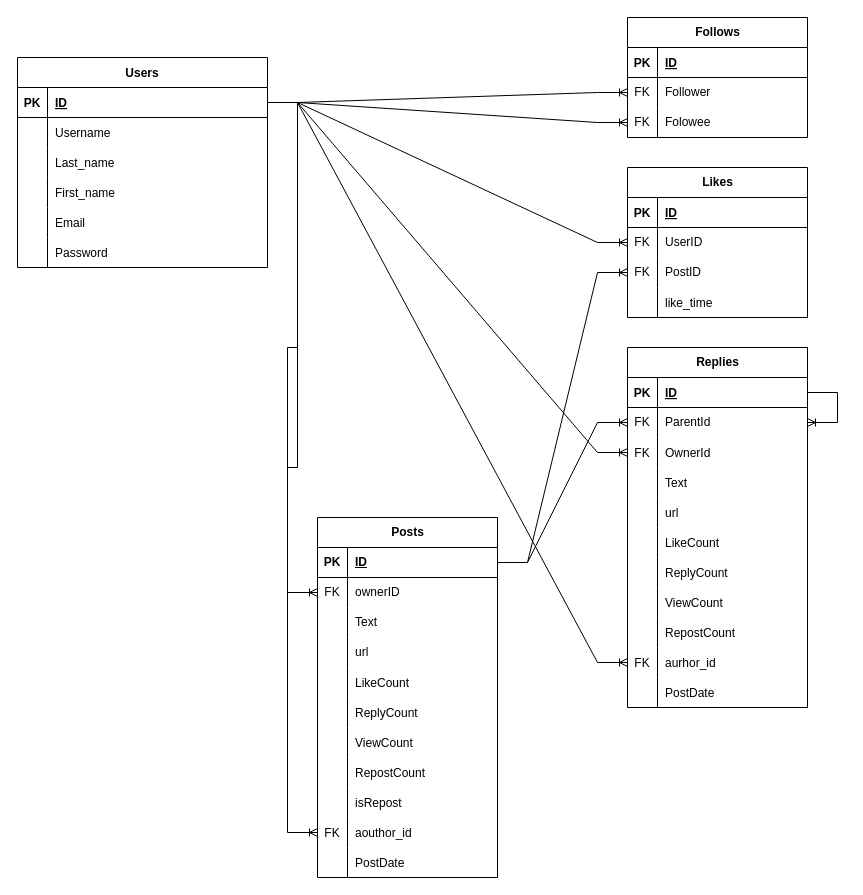
Before: Documentation/TwiterDB.drawio in DavidUKr/Twiter, a draw.io diagram. Source tidied: cells renumbered, new cells numbered last; positions are measured from the earlier drawing's top-left corner, leaving out a move shared by most shapes. Both pictures are drawn from the tidied source at 100%, with x=0, y=0 at pixel (17, 17).
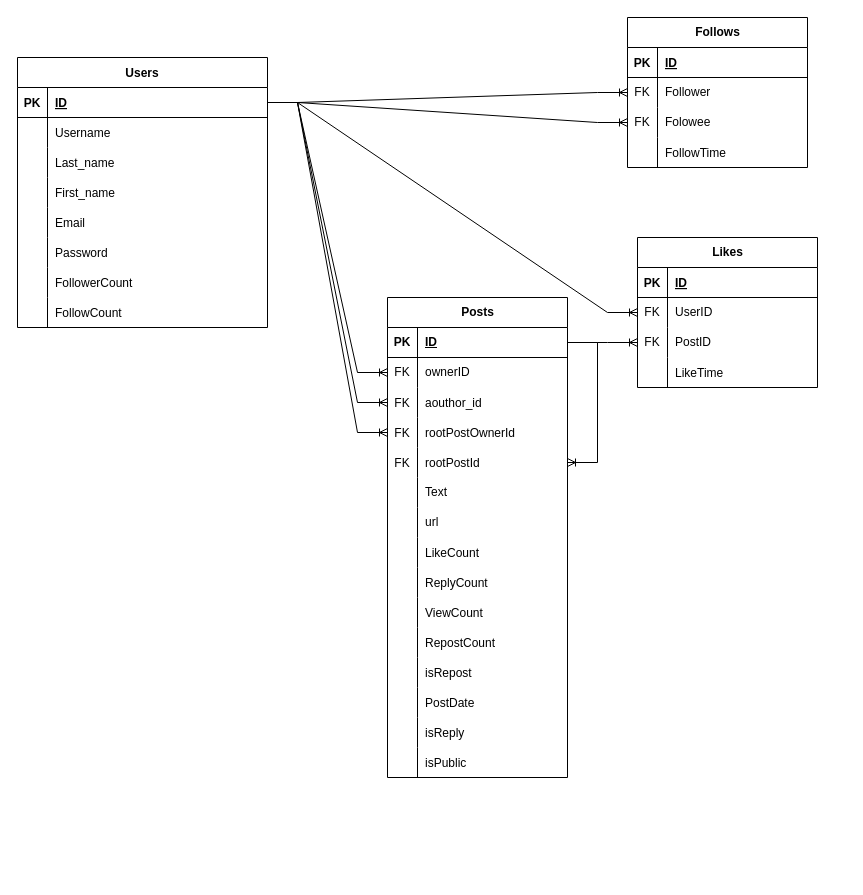
After the change.

Commit message:
updated database diagram

Unchanged cells that the change refers to:
```xml
<mxCell id="3" style="shape=partialRectangle;fillColor=none;points=[[0,0.5],[1,0.5]];portConstraint=eastwest;top=0;left=0;right=0;bottom=1;" parent="2" vertex="1">
  <mxGeometry y="30" width="250" height="30" as="geometry" />
</mxCell>
<mxCell id="34" style="shape=tableRow;horizontal=0;startSize=0;swimlaneHead=0;swimlaneBody=0;fillColor=none;points=[[0,0.5],[1,0.5]];portConstraint=eastwest;top=0;left=0;right=0;bottom=1;" parent="33" vertex="1">
  <mxGeometry y="30" width="180" height="30" as="geometry" />
</mxCell>
<mxCell id="114" style="shape=tableRow;horizontal=0;startSize=0;swimlaneHead=0;swimlaneBody=0;fillColor=none;top=0;left=0;right=0;bottom=0;" parent="104" vertex="1">
  <mxGeometry y="120" width="180" height="30" as="geometry" />
</mxCell>
```

Diff of the diagram source:
```diff
@@
     <mxCell id="2" value="Users" style="shape=table;startSize=30;childLayout=tableLayout;rowLines=0;fontStyle=1;align=center;" parent="1" vertex="1">
-      <mxGeometry y="40" width="250" height="210" as="geometry" />
+      <mxGeometry y="40" width="250" height="270" as="geometry" />
     </mxCell>
@@
+    <mxCell id="122" style="shape=tableRow;horizontal=0;startSize=0;swimlaneHead=0;swimlaneBody=0;fillColor=none;top=0;left=0;right=0;bottom=0;" parent="2" vertex="1">
+      <mxGeometry y="210" width="250" height="30" as="geometry" />
+    </mxCell>
+    <mxCell id="123" style="shape=partialRectangle;fillColor=none;top=0;left=0;bottom=0;right=0;overflow=hidden;" parent="122" vertex="1">
+      <mxGeometry width="30" height="30" as="geometry" />
+    </mxCell>
+    <mxCell id="124" value="FollowerCount" style="shape=partialRectangle;fillColor=none;top=0;left=0;bottom=0;right=0;align=left;spacingLeft=6;overflow=hidden;" parent="122" vertex="1">
+      <mxGeometry x="30" width="220" height="30" as="geometry" />
+    </mxCell>
+    <mxCell id="125" style="shape=tableRow;horizontal=0;startSize=0;swimlaneHead=0;swimlaneBody=0;fillColor=none;top=0;left=0;right=0;bottom=0;" parent="2" vertex="1">
+      <mxGeometry y="240" width="250" height="30" as="geometry" />
+    </mxCell>
+    <mxCell id="126" style="shape=partialRectangle;fillColor=none;top=0;left=0;bottom=0;right=0;overflow=hidden;" parent="125" vertex="1">
+      <mxGeometry width="30" height="30" as="geometry" />
+    </mxCell>
+    <mxCell id="127" value="FollowCount" style="shape=partialRectangle;fillColor=none;top=0;left=0;bottom=0;right=0;align=left;spacingLeft=6;overflow=hidden;" parent="125" vertex="1">
+      <mxGeometry x="30" width="220" height="30" as="geometry" />
+    </mxCell>
     <mxCell id="21" value="Follows" style="shape=table;startSize=30;childLayout=tableLayout;rowLines=0;fontStyle=1;align=center;html=1;" parent="1" vertex="1">
-      <mxGeometry x="610" width="180" height="120" as="geometry" />
+      <mxGeometry x="610" width="180" height="150" as="geometry" />
     </mxCell>
@@
+    <mxCell id="128" style="shape=tableRow;horizontal=0;startSize=0;swimlaneHead=0;swimlaneBody=0;fillColor=none;top=0;left=0;right=0;bottom=0;" parent="21" vertex="1">
+      <mxGeometry y="120" width="180" height="30" as="geometry" />
+    </mxCell>
+    <mxCell id="129" style="shape=partialRectangle;fillColor=none;top=0;left=0;bottom=0;right=0;overflow=hidden;" parent="128" vertex="1">
+      <mxGeometry width="30" height="30" as="geometry" />
+    </mxCell>
+    <mxCell id="130" value="FollowTime" style="shape=partialRectangle;fillColor=none;top=0;left=0;bottom=0;right=0;align=left;spacingLeft=6;overflow=hidden;" parent="128" vertex="1">
+      <mxGeometry x="30" width="150" height="30" as="geometry" />
+    </mxCell>
@@
     <mxCell id="33" value="Posts" style="shape=table;startSize=30;childLayout=tableLayout;rowLines=0;fontStyle=1;align=center;html=1;" parent="1" vertex="1">
-      <mxGeometry x="300" y="500" width="180" height="360" as="geometry" />
+      <mxGeometry x="370" y="280" width="180" height="480" as="geometry" />
     </mxCell>
@@
+    <mxCell id="61" style="shape=tableRow;horizontal=0;startSize=0;swimlaneHead=0;swimlaneBody=0;fillColor=none;points=[[0,0.5],[1,0.5]];portConstraint=eastwest;top=0;left=0;right=0;bottom=0;" parent="33" vertex="1">
+      <mxGeometry y="90" width="180" height="30" as="geometry" />
+    </mxCell>
+    <mxCell id="62" value="FK" style="shape=partialRectangle;fillColor=none;top=0;left=0;bottom=0;right=0;overflow=hidden;" parent="61" vertex="1">
+      <mxGeometry width="30" height="30" as="geometry" />
+    </mxCell>
+    <mxCell id="63" value="aouthor_id" style="shape=partialRectangle;fillColor=none;top=0;left=0;bottom=0;right=0;align=left;spacingLeft=6;overflow=hidden;" parent="61" vertex="1">
+      <mxGeometry x="30" width="150" height="30" as="geometry" />
+    </mxCell>
+    <mxCell id="131" style="shape=tableRow;horizontal=0;startSize=0;swimlaneHead=0;swimlaneBody=0;fillColor=none;points=[[0,0.5],[1,0.5]];portConstraint=eastwest;top=0;left=0;right=0;bottom=0;" parent="33" vertex="1">
+      <mxGeometry y="120" width="180" height="30" as="geometry" />
+    </mxCell>
+    <mxCell id="132" value="FK" style="shape=partialRectangle;fillColor=none;top=0;left=0;bottom=0;right=0;fontStyle=0;overflow=hidden;" parent="131" vertex="1">
+      <mxGeometry width="30" height="30" as="geometry" />
+    </mxCell>
+    <mxCell id="133" value="rootPostOwnerId" style="shape=partialRectangle;fillColor=none;top=0;left=0;bottom=0;right=0;align=left;spacingLeft=6;fontStyle=0;overflow=hidden;" parent="131" vertex="1">
+      <mxGeometry x="30" width="150" height="30" as="geometry" />
+    </mxCell>
+    <mxCell id="81" style="shape=tableRow;horizontal=0;startSize=0;swimlaneHead=0;swimlaneBody=0;fillColor=none;points=[[0,0.5],[1,0.5]];portConstraint=eastwest;top=0;left=0;right=0;bottom=0;" parent="33" vertex="1">
+      <mxGeometry y="150" width="180" height="30" as="geometry" />
+    </mxCell>
+    <mxCell id="134" value="FK" style="shape=partialRectangle;fillColor=none;top=0;left=0;bottom=0;right=0;fontStyle=0;overflow=hidden;" parent="81" vertex="1">
+      <mxGeometry width="30" height="30" as="geometry" />
+    </mxCell>
+    <mxCell id="135" value="rootPostId" style="shape=partialRectangle;fillColor=none;top=0;left=0;bottom=0;right=0;align=left;spacingLeft=6;fontStyle=0;overflow=hidden;" parent="81" vertex="1">
+      <mxGeometry x="30" width="150" height="30" as="geometry" />
+    </mxCell>
     <mxCell id="40" style="shape=tableRow;horizontal=0;startSize=0;swimlaneHead=0;swimlaneBody=0;fillColor=none;top=0;left=0;right=0;bottom=0;" parent="33" vertex="1">
-      <mxGeometry y="90" width="180" height="30" as="geometry" />
+      <mxGeometry y="180" width="180" height="30" as="geometry" />
     </mxCell>
@@
     <mxCell id="43" style="shape=tableRow;horizontal=0;startSize=0;swimlaneHead=0;swimlaneBody=0;fillColor=none;top=0;left=0;right=0;bottom=0;" parent="33" vertex="1">
-      <mxGeometry y="120" width="180" height="30" as="geometry" />
+      <mxGeometry y="210" width="180" height="30" as="geometry" />
     </mxCell>
@@
     <mxCell id="46" style="shape=tableRow;horizontal=0;startSize=0;swimlaneHead=0;swimlaneBody=0;fillColor=none;top=0;left=0;right=0;bottom=0;" parent="33" vertex="1">
-      <mxGeometry y="150" width="180" height="30" as="geometry" />
+      <mxGeometry y="240" width="180" height="30" as="geometry" />
     </mxCell>
@@
     <mxCell id="49" style="shape=tableRow;horizontal=0;startSize=0;swimlaneHead=0;swimlaneBody=0;fillColor=none;top=0;left=0;right=0;bottom=0;" parent="33" vertex="1">
-      <mxGeometry y="180" width="180" height="30" as="geometry" />
+      <mxGeometry y="270" width="180" height="30" as="geometry" />
     </mxCell>
@@
     <mxCell id="52" style="shape=tableRow;horizontal=0;startSize=0;swimlaneHead=0;swimlaneBody=0;fillColor=none;top=0;left=0;right=0;bottom=0;" parent="33" vertex="1">
-      <mxGeometry y="210" width="180" height="30" as="geometry" />
+      <mxGeometry y="300" width="180" height="30" as="geometry" />
     </mxCell>
@@
     <mxCell id="55" style="shape=tableRow;horizontal=0;startSize=0;swimlaneHead=0;swimlaneBody=0;fillColor=none;top=0;left=0;right=0;bottom=0;" parent="33" vertex="1">
-      <mxGeometry y="240" width="180" height="30" as="geometry" />
+      <mxGeometry y="330" width="180" height="30" as="geometry" />
     </mxCell>
@@
     <mxCell id="58" style="shape=tableRow;horizontal=0;startSize=0;swimlaneHead=0;swimlaneBody=0;fillColor=none;top=0;left=0;right=0;bottom=0;" parent="33" vertex="1">
-      <mxGeometry y="270" width="180" height="30" as="geometry" />
+      <mxGeometry y="360" width="180" height="30" as="geometry" />
     </mxCell>
@@
-    <mxCell id="61" style="shape=tableRow;horizontal=0;startSize=0;swimlaneHead=0;swimlaneBody=0;fillColor=none;points=[[0,0.5],[1,0.5]];portConstraint=eastwest;top=0;left=0;right=0;bottom=0;" parent="33" vertex="1">
-      <mxGeometry y="300" width="180" height="30" as="geometry" />
-    </mxCell>
-    <mxCell id="62" value="FK" style="shape=partialRectangle;fillColor=none;top=0;left=0;bottom=0;right=0;overflow=hidden;" parent="61" vertex="1">
-      <mxGeometry width="30" height="30" as="geometry" />
-    </mxCell>
-    <mxCell id="63" value="aouthor_id" style="shape=partialRectangle;fillColor=none;top=0;left=0;bottom=0;right=0;align=left;spacingLeft=6;overflow=hidden;" parent="61" vertex="1">
-      <mxGeometry x="30" width="150" height="30" as="geometry" />
-    </mxCell>
     <mxCell id="64" style="shape=tableRow;horizontal=0;startSize=0;swimlaneHead=0;swimlaneBody=0;fillColor=none;top=0;left=0;right=0;bottom=0;" parent="33" vertex="1">
-      <mxGeometry y="330" width="180" height="30" as="geometry" />
+      <mxGeometry y="390" width="180" height="30" as="geometry" />
     </mxCell>
@@
+    <mxCell id="136" style="shape=tableRow;horizontal=0;startSize=0;swimlaneHead=0;swimlaneBody=0;fillColor=none;top=0;left=0;right=0;bottom=0;" parent="33" vertex="1">
+      <mxGeometry y="420" width="180" height="30" as="geometry" />
+    </mxCell>
+    <mxCell id="137" style="shape=partialRectangle;fillColor=none;top=0;left=0;bottom=0;right=0;overflow=hidden;" parent="136" vertex="1">
+      <mxGeometry width="30" height="30" as="geometry" />
+    </mxCell>
+    <mxCell id="138" value="isReply" style="shape=partialRectangle;fillColor=none;top=0;left=0;bottom=0;right=0;align=left;spacingLeft=6;overflow=hidden;" parent="136" vertex="1">
+      <mxGeometry x="30" width="150" height="30" as="geometry" />
+    </mxCell>
+    <mxCell id="139" style="edgeStyle=entityRelationEdgeStyle;fontSize=12;html=1;endArrow=ERoneToMany;rounded=0;entryX=1;entryY=0.5;entryDx=0;entryDy=0;exitX=1;exitY=0.5;exitDx=0;exitDy=0;" parent="33" edge="1" source="34" target="81">
+      <mxGeometry relative="1" as="geometry" />
+    </mxCell>
+    <mxCell id="140" style="shape=tableRow;horizontal=0;startSize=0;swimlaneHead=0;swimlaneBody=0;fillColor=none;top=0;left=0;right=0;bottom=0;" parent="33" vertex="1">
+      <mxGeometry y="450" width="180" height="30" as="geometry" />
+    </mxCell>
+    <mxCell id="141" style="shape=partialRectangle;fillColor=none;top=0;left=0;bottom=0;right=0;overflow=hidden;" parent="140" vertex="1">
+      <mxGeometry width="30" height="30" as="geometry" />
+    </mxCell>
+    <mxCell id="142" value="isPublic" style="shape=partialRectangle;fillColor=none;top=0;left=0;bottom=0;right=0;align=left;spacingLeft=6;overflow=hidden;" parent="140" vertex="1">
+      <mxGeometry x="30" width="150" height="30" as="geometry" />
+    </mxCell>
@@
-    <mxCell id="68" value="Replies" style="shape=table;startSize=30;childLayout=tableLayout;rowLines=0;fontStyle=1;align=center;html=1;" parent="1" vertex="1">
-      <mxGeometry x="610" y="330" width="180" height="360" as="geometry" />
-    </mxCell>
-    <mxCell id="69" style="shape=tableRow;horizontal=0;startSize=0;swimlaneHead=0;swimlaneBody=0;fillColor=none;points=[[0,0.5],[1,0.5]];portConstraint=eastwest;top=0;left=0;right=0;bottom=1;" parent="68" vertex="1">
-      <mxGeometry y="30" width="180" height="30" as="geometry" />
-    </mxCell>
-    <mxCell id="70" value="PK" style="shape=partialRectangle;fillColor=none;top=0;left=0;bottom=0;right=0;fontStyle=1;overflow=hidden;" parent="69" vertex="1">
-      <mxGeometry width="30" height="30" as="geometry" />
-    </mxCell>
-    <mxCell id="71" value="ID" style="shape=partialRectangle;fillColor=none;top=0;left=0;bottom=0;right=0;align=left;spacingLeft=6;fontStyle=5;overflow=hidden;" parent="69" vertex="1">
-      <mxGeometry x="30" width="150" height="30" as="geometry" />
-    </mxCell>
-    <mxCell id="72" style="shape=tableRow;horizontal=0;startSize=0;swimlaneHead=0;swimlaneBody=0;fillColor=none;points=[[0,0.5],[1,0.5]];portConstraint=eastwest;top=0;left=0;right=0;bottom=0;" parent="68" vertex="1">
-      <mxGeometry y="60" width="180" height="30" as="geometry" />
-    </mxCell>
-    <mxCell id="73" value="FK" style="shape=partialRectangle;fillColor=none;top=0;left=0;bottom=0;right=0;fontStyle=0;overflow=hidden;whiteSpace=wrap;html=1;" parent="72" vertex="1">
-      <mxGeometry width="30" height="30" as="geometry" />
-    </mxCell>
-    <mxCell id="74" value="ParentId" style="shape=partialRectangle;fillColor=none;top=0;left=0;bottom=0;right=0;align=left;spacingLeft=6;fontStyle=0;overflow=hidden;whiteSpace=wrap;html=1;" parent="72" vertex="1">
-      <mxGeometry x="30" width="150" height="30" as="geometry" />
-    </mxCell>
-    <mxCell id="75" style="shape=tableRow;horizontal=0;startSize=0;swimlaneHead=0;swimlaneBody=0;fillColor=none;points=[[0,0.5],[1,0.5]];portConstraint=eastwest;top=0;left=0;right=0;bottom=0;" parent="68" vertex="1">
-      <mxGeometry y="90" width="180" height="30" as="geometry" />
-    </mxCell>
-    <mxCell id="76" value="FK" style="shape=partialRectangle;fillColor=none;top=0;left=0;bottom=0;right=0;overflow=hidden;" parent="75" vertex="1">
-      <mxGeometry width="30" height="30" as="geometry" />
-    </mxCell>
-    <mxCell id="77" value="OwnerId" style="shape=partialRectangle;fillColor=none;top=0;left=0;bottom=0;right=0;align=left;spacingLeft=6;overflow=hidden;" parent="75" vertex="1">
-      <mxGeometry x="30" width="150" height="30" as="geometry" />
-    </mxCell>
-    <mxCell id="78" style="shape=tableRow;horizontal=0;startSize=0;swimlaneHead=0;swimlaneBody=0;fillColor=none;top=0;left=0;right=0;bottom=0;" parent="68" vertex="1">
-      <mxGeometry y="120" width="180" height="30" as="geometry" />
-    </mxCell>
-    <mxCell id="79" style="shape=partialRectangle;fillColor=none;top=0;left=0;bottom=0;right=0;overflow=hidden;" parent="78" vertex="1">
-      <mxGeometry width="30" height="30" as="geometry" />
-    </mxCell>
-    <mxCell id="80" value="Text" style="shape=partialRectangle;fillColor=none;top=0;left=0;bottom=0;right=0;align=left;spacingLeft=6;overflow=hidden;" parent="78" vertex="1">
-      <mxGeometry x="30" width="150" height="30" as="geometry" />
-    </mxCell>
-    <mxCell id="81" style="shape=tableRow;horizontal=0;startSize=0;swimlaneHead=0;swimlaneBody=0;fillColor=none;points=[[0,0.5],[1,0.5]];portConstraint=eastwest;top=0;left=0;right=0;bottom=0;" parent="68" vertex="1">
-      <mxGeometry y="150" width="180" height="30" as="geometry" />
-    </mxCell>
-    <mxCell id="82" style="shape=partialRectangle;fillColor=none;top=0;left=0;bottom=0;right=0;overflow=hidden;" parent="81" vertex="1">
-      <mxGeometry width="30" height="30" as="geometry" />
-    </mxCell>
-    <mxCell id="83" value="url" style="shape=partialRectangle;fillColor=none;top=0;left=0;bottom=0;right=0;align=left;spacingLeft=6;overflow=hidden;" parent="81" vertex="1">
-      <mxGeometry x="30" width="150" height="30" as="geometry" />
-    </mxCell>
-    <mxCell id="84" style="shape=tableRow;horizontal=0;startSize=0;swimlaneHead=0;swimlaneBody=0;fillColor=none;top=0;left=0;right=0;bottom=0;" parent="68" vertex="1">
-      <mxGeometry y="180" width="180" height="30" as="geometry" />
-    </mxCell>
-    <mxCell id="85" style="shape=partialRectangle;fillColor=none;top=0;left=0;bottom=0;right=0;overflow=hidden;" parent="84" vertex="1">
-      <mxGeometry width="30" height="30" as="geometry" />
-    </mxCell>
-    <mxCell id="86" value="LikeCount" style="shape=partialRectangle;fillColor=none;top=0;left=0;bottom=0;right=0;align=left;spacingLeft=6;overflow=hidden;" parent="84" vertex="1">
-      <mxGeometry x="30" width="150" height="30" as="geometry" />
-    </mxCell>
-    <mxCell id="87" style="shape=tableRow;horizontal=0;startSize=0;swimlaneHead=0;swimlaneBody=0;fillColor=none;top=0;left=0;right=0;bottom=0;" parent="68" vertex="1">
-      <mxGeometry y="210" width="180" height="30" as="geometry" />
-    </mxCell>
-    <mxCell id="88" style="shape=partialRectangle;fillColor=none;top=0;left=0;bottom=0;right=0;overflow=hidden;" parent="87" vertex="1">
-      <mxGeometry width="30" height="30" as="geometry" />
-    </mxCell>
-    <mxCell id="89" value="ReplyCount" style="shape=partialRectangle;fillColor=none;top=0;left=0;bottom=0;right=0;align=left;spacingLeft=6;overflow=hidden;" parent="87" vertex="1">
-      <mxGeometry x="30" width="150" height="30" as="geometry" />
-    </mxCell>
-    <mxCell id="90" style="shape=tableRow;horizontal=0;startSize=0;swimlaneHead=0;swimlaneBody=0;fillColor=none;top=0;left=0;right=0;bottom=0;" parent="68" vertex="1">
-      <mxGeometry y="240" width="180" height="30" as="geometry" />
-    </mxCell>
-    <mxCell id="91" style="shape=partialRectangle;fillColor=none;top=0;left=0;bottom=0;right=0;overflow=hidden;" parent="90" vertex="1">
-      <mxGeometry width="30" height="30" as="geometry" />
-    </mxCell>
-    <mxCell id="92" value="ViewCount" style="shape=partialRectangle;fillColor=none;top=0;left=0;bottom=0;right=0;align=left;spacingLeft=6;overflow=hidden;" parent="90" vertex="1">
-      <mxGeometry x="30" width="150" height="30" as="geometry" />
-    </mxCell>
-    <mxCell id="93" style="edgeStyle=entityRelationEdgeStyle;fontSize=12;html=1;endArrow=ERoneToMany;rounded=0;entryX=1;entryY=0.5;entryDx=0;entryDy=0;" parent="68" edge="1" source="69" target="72">
-      <mxGeometry relative="1" as="geometry" />
-    </mxCell>
-    <mxCell id="94" style="shape=tableRow;horizontal=0;startSize=0;swimlaneHead=0;swimlaneBody=0;fillColor=none;top=0;left=0;right=0;bottom=0;" parent="68" vertex="1">
-      <mxGeometry y="270" width="180" height="30" as="geometry" />
-    </mxCell>
-    <mxCell id="95" style="shape=partialRectangle;fillColor=none;top=0;left=0;bottom=0;right=0;overflow=hidden;" parent="94" vertex="1">
-      <mxGeometry width="30" height="30" as="geometry" />
-    </mxCell>
-    <mxCell id="96" value="RepostCount" style="shape=partialRectangle;fillColor=none;top=0;left=0;bottom=0;right=0;align=left;spacingLeft=6;overflow=hidden;" parent="94" vertex="1">
-      <mxGeometry x="30" width="150" height="30" as="geometry" />
-    </mxCell>
-    <mxCell id="97" style="shape=tableRow;horizontal=0;startSize=0;swimlaneHead=0;swimlaneBody=0;fillColor=none;points=[[0,0.5],[1,0.5]];portConstraint=eastwest;top=0;left=0;right=0;bottom=0;" parent="68" vertex="1">
-      <mxGeometry y="300" width="180" height="30" as="geometry" />
-    </mxCell>
-    <mxCell id="98" value="FK" style="shape=partialRectangle;fillColor=none;top=0;left=0;bottom=0;right=0;overflow=hidden;" parent="97" vertex="1">
-      <mxGeometry width="30" height="30" as="geometry" />
-    </mxCell>
-    <mxCell id="99" value="aurhor_id" style="shape=partialRectangle;fillColor=none;top=0;left=0;bottom=0;right=0;align=left;spacingLeft=6;overflow=hidden;" parent="97" vertex="1">
-      <mxGeometry x="30" width="150" height="30" as="geometry" />
-    </mxCell>
-    <mxCell id="100" style="shape=tableRow;horizontal=0;startSize=0;swimlaneHead=0;swimlaneBody=0;fillColor=none;top=0;left=0;right=0;bottom=0;" parent="68" vertex="1">
-      <mxGeometry y="330" width="180" height="30" as="geometry" />
-    </mxCell>
-    <mxCell id="101" style="shape=partialRectangle;fillColor=none;top=0;left=0;bottom=0;right=0;overflow=hidden;" parent="100" vertex="1">
-      <mxGeometry width="30" height="30" as="geometry" />
-    </mxCell>
-    <mxCell id="102" value="PostDate" style="shape=partialRectangle;fillColor=none;top=0;left=0;bottom=0;right=0;align=left;spacingLeft=6;overflow=hidden;" parent="100" vertex="1">
-      <mxGeometry x="30" width="150" height="30" as="geometry" />
-    </mxCell>
-    <mxCell id="103" style="edgeStyle=entityRelationEdgeStyle;fontSize=12;html=1;endArrow=ERoneToMany;rounded=0;entryX=0;entryY=0.5;entryDx=0;entryDy=0;" parent="1" edge="1" source="34" target="72">
-      <mxGeometry relative="1" as="geometry" />
-    </mxCell>
     <mxCell id="104" value="Likes" style="shape=table;startSize=30;childLayout=tableLayout;rowLines=0;fontStyle=1;align=center;html=1;" parent="1" vertex="1">
-      <mxGeometry x="610" y="150" width="180" height="150" as="geometry" />
+      <mxGeometry x="620" y="220" width="180" height="150" as="geometry" />
     </mxCell>
@@
-    <mxCell id="116" value="like_time" style="shape=partialRectangle;fillColor=none;top=0;left=0;bottom=0;right=0;align=left;spacingLeft=6;overflow=hidden;" parent="114" vertex="1">
+    <mxCell id="116" value="LikeTime" style="shape=partialRectangle;fillColor=none;top=0;left=0;bottom=0;right=0;align=left;spacingLeft=6;overflow=hidden;" parent="114" vertex="1">
       <mxGeometry x="30" width="150" height="30" as="geometry" />
     </mxCell>
@@
-    <mxCell id="119" style="edgeStyle=entityRelationEdgeStyle;fontSize=12;html=1;endArrow=ERoneToMany;rounded=0;entryX=0;entryY=0.5;entryDx=0;entryDy=0;exitX=1;exitY=0.5;exitDx=0;exitDy=0;" parent="1" edge="1" source="3" target="75">
-      <mxGeometry relative="1" as="geometry" />
-    </mxCell>
@@
-    <mxCell id="121" style="edgeStyle=entityRelationEdgeStyle;fontSize=12;html=1;endArrow=ERoneToMany;rounded=0;entryX=0;entryY=0.5;entryDx=0;entryDy=0;" parent="1" edge="1" source="3" target="97">
-      <mxGeometry relative="1" as="geometry" />
-    </mxCell>
+    <mxCell id="143" style="edgeStyle=entityRelationEdgeStyle;fontSize=12;html=1;endArrow=ERoneToMany;rounded=0;entryX=0;entryY=0.5;entryDx=0;entryDy=0;exitX=1;exitY=0.5;exitDx=0;exitDy=0;" parent="1" edge="1" source="3" target="131">
+      <mxGeometry relative="1" as="geometry" />
+    </mxCell>
```
